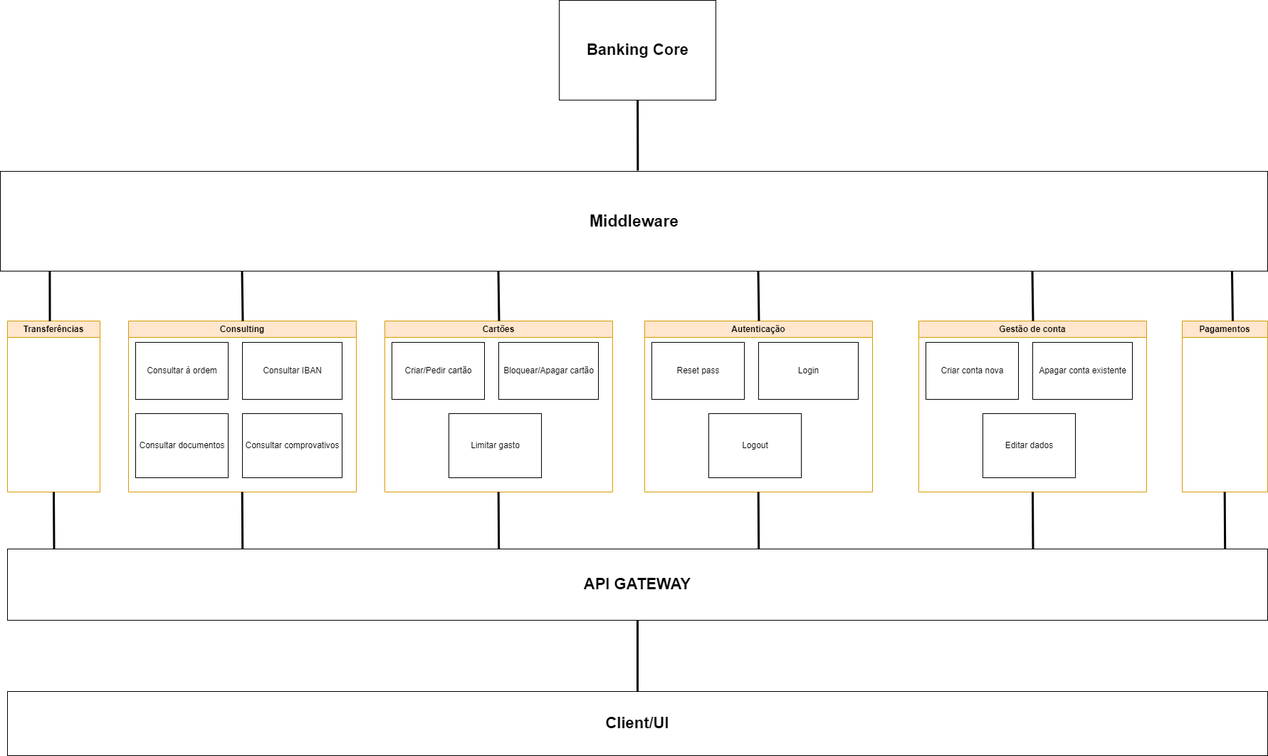
Earlier version of the draw.io export Images/services.png (ITSector-Estagiarios/DevOps). Source tidied: cells renumbered, new cells last; positions are measured from the earlier drawing's top-left corner, leaving out a move shared by most shapes. Source of this version:
```xml
<mxGraphModel background="#FFFFFF">
  <root>
    <mxCell id="0" />
    <mxCell id="1" parent="0" />
    <mxCell id="2" value="Consulting" style="swimlane;whiteSpace=wrap;html=1;fillColor=#ffe6cc;strokeColor=#d79b00;" parent="1" vertex="1">
      <mxGeometry x="180" y="450" width="320" height="240" as="geometry" />
    </mxCell>
    <mxCell id="3" value="Consultar à ordem" style="html=1;" parent="2" vertex="1">
      <mxGeometry x="10" y="30" width="130" height="80" as="geometry" />
    </mxCell>
    <mxCell id="4" value="Consultar IBAN" style="html=1;" parent="2" vertex="1">
      <mxGeometry x="160" y="30" width="140" height="80" as="geometry" />
    </mxCell>
    <mxCell id="5" value="Consultar comprovativos" style="html=1;" parent="2" vertex="1">
      <mxGeometry x="160" y="130" width="140" height="90" as="geometry" />
    </mxCell>
    <mxCell id="6" value="Consultar documentos" style="html=1;" parent="2" vertex="1">
      <mxGeometry x="10" y="130" width="130" height="90" as="geometry" />
    </mxCell>
    <mxCell id="7" value="&lt;b&gt;&lt;font style=&quot;font-size: 22px;&quot;&gt;Banking Core&lt;/font&gt;&lt;/b&gt;" style="html=1;" parent="1" vertex="1">
      <mxGeometry x="785" width="220" height="140" as="geometry" />
    </mxCell>
    <mxCell id="8" value="&lt;font style=&quot;font-size: 23px;&quot;&gt;&lt;b&gt;Middleware&lt;/b&gt;&lt;/font&gt;" style="html=1;" parent="1" vertex="1">
      <mxGeometry y="240" width="1780" height="140" as="geometry" />
    </mxCell>
    <mxCell id="9" value="Cartões" style="swimlane;whiteSpace=wrap;html=1;fillColor=#ffe6cc;strokeColor=#d79b00;" parent="1" vertex="1">
      <mxGeometry x="540" y="450" width="320" height="240" as="geometry" />
    </mxCell>
    <mxCell id="10" value="Criar/Pedir cartão" style="html=1;" parent="9" vertex="1">
      <mxGeometry x="10" y="30" width="130" height="80" as="geometry" />
    </mxCell>
    <mxCell id="11" value="Bloquear/Apagar cartão" style="html=1;" parent="9" vertex="1">
      <mxGeometry x="160" y="30" width="140" height="80" as="geometry" />
    </mxCell>
    <mxCell id="12" value="Limitar gasto" style="html=1;" parent="9" vertex="1">
      <mxGeometry x="90" y="130" width="130" height="90" as="geometry" />
    </mxCell>
    <mxCell id="13" value="Autenticação" style="swimlane;whiteSpace=wrap;html=1;fillColor=#ffe6cc;strokeColor=#d79b00;" parent="1" vertex="1">
      <mxGeometry x="905" y="450" width="320" height="240" as="geometry" />
    </mxCell>
    <mxCell id="14" value="Reset pass" style="html=1;" parent="13" vertex="1">
      <mxGeometry x="10" y="30" width="130" height="80" as="geometry" />
    </mxCell>
    <mxCell id="15" value="Login" style="html=1;" parent="13" vertex="1">
      <mxGeometry x="160" y="30" width="140" height="80" as="geometry" />
    </mxCell>
    <mxCell id="16" value="Logout" style="html=1;" parent="13" vertex="1">
      <mxGeometry x="90" y="130" width="130" height="90" as="geometry" />
    </mxCell>
    <mxCell id="17" value="Gestão de conta" style="swimlane;whiteSpace=wrap;html=1;fillColor=#ffe6cc;strokeColor=#d79b00;" parent="1" vertex="1">
      <mxGeometry x="1290" y="450" width="320" height="240" as="geometry" />
    </mxCell>
    <mxCell id="18" value="Criar conta nova" style="html=1;" parent="17" vertex="1">
      <mxGeometry x="10" y="30" width="130" height="80" as="geometry" />
    </mxCell>
    <mxCell id="19" value="Apagar conta existente" style="html=1;" parent="17" vertex="1">
      <mxGeometry x="160" y="30" width="140" height="80" as="geometry" />
    </mxCell>
    <mxCell id="20" value="Editar dados" style="html=1;" parent="17" vertex="1">
      <mxGeometry x="90" y="130" width="130" height="90" as="geometry" />
    </mxCell>
    <mxCell id="21" value="Transferências" style="swimlane;whiteSpace=wrap;html=1;fillColor=#ffe6cc;strokeColor=#d79b00;" parent="1" vertex="1">
      <mxGeometry x="10" y="450" width="130" height="240" as="geometry" />
    </mxCell>
    <mxCell id="22" value="Pagamentos" style="swimlane;whiteSpace=wrap;html=1;fillColor=#ffe6cc;strokeColor=#d79b00;" parent="1" vertex="1">
      <mxGeometry x="1660" y="450" width="120" height="240" as="geometry" />
    </mxCell>
    <mxCell id="23" value="&lt;font style=&quot;font-size: 22px;&quot;&gt;&lt;b&gt;API GATEWAY&lt;/b&gt;&lt;/font&gt;" style="rounded=0;whiteSpace=wrap;html=1;" parent="1" vertex="1">
      <mxGeometry x="10" y="770" width="1770" height="100" as="geometry" />
    </mxCell>
    <mxCell id="24" value="&lt;span style=&quot;font-size: 22px;&quot;&gt;&lt;b&gt;Client/UI&lt;/b&gt;&lt;/span&gt;" style="rounded=0;whiteSpace=wrap;html=1;" parent="1" vertex="1">
      <mxGeometry x="10" y="970" width="1770" height="90" as="geometry" />
    </mxCell>
    <mxCell id="25" style="endArrow=none;html=1;rounded=0;fontSize=22;exitX=0.5;exitY=0;exitDx=0;exitDy=0;strokeWidth=3;" parent="1" edge="1" source="24" target="23">
      <mxGeometry relative="1" as="geometry" />
    </mxCell>
    <mxCell id="26" style="endArrow=none;html=1;rounded=0;fontSize=22;exitX=0.503;exitY=-0.008;exitDx=0;exitDy=0;exitPerimeter=0;strokeWidth=3;" parent="1" edge="1" source="8" target="7">
      <mxGeometry relative="1" as="geometry" />
    </mxCell>
    <mxCell id="27" style="endArrow=none;html=1;rounded=0;fontSize=22;entryX=0.039;entryY=1.001;entryDx=0;entryDy=0;entryPerimeter=0;exitX=0.458;exitY=0.001;exitDx=0;exitDy=0;exitPerimeter=0;strokeWidth=3;" parent="1" edge="1" source="21" target="8">
      <mxGeometry relative="1" as="geometry" />
    </mxCell>
    <mxCell id="28" style="endArrow=none;html=1;rounded=0;fontSize=22;entryX=0.039;entryY=1.001;entryDx=0;entryDy=0;entryPerimeter=0;exitX=0.458;exitY=0.001;exitDx=0;exitDy=0;exitPerimeter=0;strokeWidth=3;" parent="1" edge="1">
      <mxGeometry relative="1" as="geometry">
        <mxPoint x="340.5" y="450" as="sourcePoint" />
        <mxPoint x="339.5" y="380" as="targetPoint" />
      </mxGeometry>
    </mxCell>
    <mxCell id="29" style="endArrow=none;html=1;rounded=0;fontSize=22;entryX=0.039;entryY=1.001;entryDx=0;entryDy=0;entryPerimeter=0;exitX=0.458;exitY=0.001;exitDx=0;exitDy=0;exitPerimeter=0;strokeWidth=3;" parent="1" edge="1">
      <mxGeometry relative="1" as="geometry">
        <mxPoint x="700.5" y="450" as="sourcePoint" />
        <mxPoint x="699.5" y="380" as="targetPoint" />
      </mxGeometry>
    </mxCell>
    <mxCell id="30" style="endArrow=none;html=1;rounded=0;fontSize=22;entryX=0.039;entryY=1.001;entryDx=0;entryDy=0;entryPerimeter=0;exitX=0.458;exitY=0.001;exitDx=0;exitDy=0;exitPerimeter=0;strokeWidth=3;" parent="1" edge="1">
      <mxGeometry relative="1" as="geometry">
        <mxPoint x="1065.5" y="450" as="sourcePoint" />
        <mxPoint x="1064.5" y="380" as="targetPoint" />
      </mxGeometry>
    </mxCell>
    <mxCell id="31" style="endArrow=none;html=1;rounded=0;fontSize=22;entryX=0.039;entryY=1.001;entryDx=0;entryDy=0;entryPerimeter=0;exitX=0.458;exitY=0.001;exitDx=0;exitDy=0;exitPerimeter=0;strokeWidth=3;" parent="1" edge="1">
      <mxGeometry relative="1" as="geometry">
        <mxPoint x="1450.5" y="450" as="sourcePoint" />
        <mxPoint x="1449.5" y="380" as="targetPoint" />
      </mxGeometry>
    </mxCell>
    <mxCell id="32" style="endArrow=none;html=1;rounded=0;fontSize=22;entryX=0.039;entryY=1.001;entryDx=0;entryDy=0;entryPerimeter=0;exitX=0.458;exitY=0.001;exitDx=0;exitDy=0;exitPerimeter=0;strokeWidth=3;" parent="1" edge="1">
      <mxGeometry relative="1" as="geometry">
        <mxPoint x="1731" y="450" as="sourcePoint" />
        <mxPoint x="1730" y="380" as="targetPoint" />
      </mxGeometry>
    </mxCell>
    <mxCell id="33" style="endArrow=none;html=1;rounded=0;fontSize=22;entryX=0.5;entryY=1;entryDx=0;entryDy=0;exitX=0.458;exitY=0.001;exitDx=0;exitDy=0;exitPerimeter=0;strokeWidth=3;" parent="1" edge="1" target="21">
      <mxGeometry relative="1" as="geometry">
        <mxPoint x="75.5" y="770" as="sourcePoint" />
      </mxGeometry>
    </mxCell>
    <mxCell id="34" style="endArrow=none;html=1;rounded=0;fontSize=22;entryX=0.5;entryY=1;entryDx=0;entryDy=0;exitX=0.458;exitY=0.001;exitDx=0;exitDy=0;exitPerimeter=0;strokeWidth=3;" parent="1" edge="1">
      <mxGeometry relative="1" as="geometry">
        <mxPoint x="340.2" y="770" as="sourcePoint" />
        <mxPoint x="339.7" y="690" as="targetPoint" />
      </mxGeometry>
    </mxCell>
    <mxCell id="35" style="endArrow=none;html=1;rounded=0;fontSize=22;entryX=0.5;entryY=1;entryDx=0;entryDy=0;exitX=0.458;exitY=0.001;exitDx=0;exitDy=0;exitPerimeter=0;strokeWidth=3;" parent="1" edge="1">
      <mxGeometry relative="1" as="geometry">
        <mxPoint x="700.2" y="770" as="sourcePoint" />
        <mxPoint x="699.7" y="690" as="targetPoint" />
      </mxGeometry>
    </mxCell>
    <mxCell id="36" style="endArrow=none;html=1;rounded=0;fontSize=22;entryX=0.5;entryY=1;entryDx=0;entryDy=0;exitX=0.458;exitY=0.001;exitDx=0;exitDy=0;exitPerimeter=0;strokeWidth=3;" parent="1" edge="1">
      <mxGeometry relative="1" as="geometry">
        <mxPoint x="1065.2" y="770" as="sourcePoint" />
        <mxPoint x="1064.7" y="690" as="targetPoint" />
      </mxGeometry>
    </mxCell>
    <mxCell id="37" style="endArrow=none;html=1;rounded=0;fontSize=22;entryX=0.5;entryY=1;entryDx=0;entryDy=0;exitX=0.458;exitY=0.001;exitDx=0;exitDy=0;exitPerimeter=0;strokeWidth=3;" parent="1" edge="1">
      <mxGeometry relative="1" as="geometry">
        <mxPoint x="1450.5" y="770" as="sourcePoint" />
        <mxPoint x="1450" y="690" as="targetPoint" />
      </mxGeometry>
    </mxCell>
    <mxCell id="38" style="endArrow=none;html=1;rounded=0;fontSize=22;entryX=0.5;entryY=1;entryDx=0;entryDy=0;exitX=0.458;exitY=0.001;exitDx=0;exitDy=0;exitPerimeter=0;strokeWidth=3;" parent="1" edge="1">
      <mxGeometry relative="1" as="geometry">
        <mxPoint x="1720.2" y="770" as="sourcePoint" />
        <mxPoint x="1719.7" y="690" as="targetPoint" />
      </mxGeometry>
    </mxCell>
  </root>
</mxGraphModel>
```
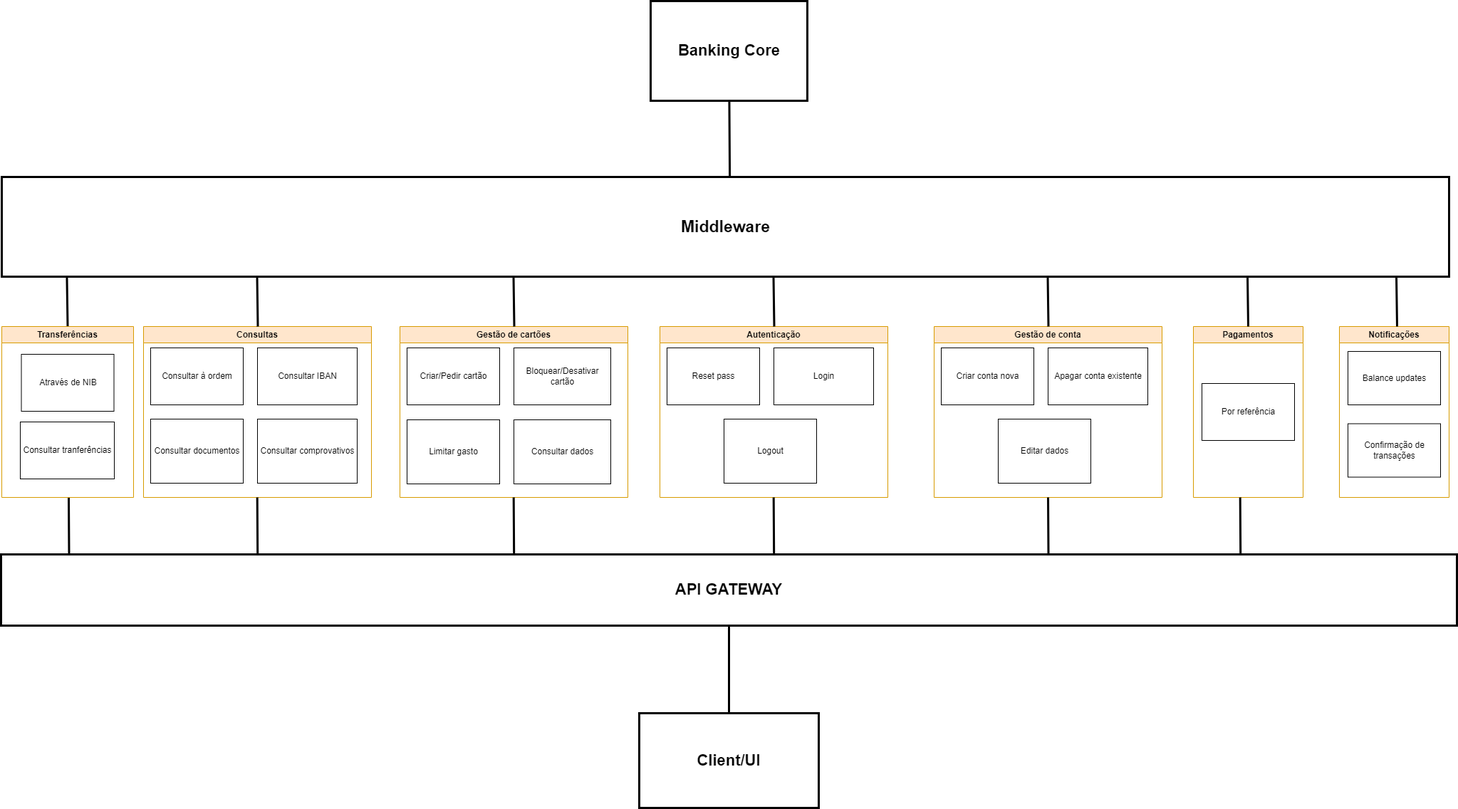
After the change.

Diff of the diagram source:
```diff
@@ -1,8 +1,8 @@
-<mxGraphModel background="#FFFFFF">
+<mxGraphModel>
   <root>
     <mxCell id="0" />
     <mxCell id="1" parent="0" />
-    <mxCell id="2" value="Consulting" style="swimlane;whiteSpace=wrap;html=1;fillColor=#ffe6cc;strokeColor=#d79b00;" parent="1" vertex="1">
+    <mxCell id="2" value="Consultas" style="swimlane;whiteSpace=wrap;html=1;fillColor=#ffe6cc;strokeColor=#d79b00;startSize=23;" parent="1" vertex="1">
       <mxGeometry x="180" y="450" width="320" height="240" as="geometry" />
     </mxCell>
     <mxCell id="3" value="Consultar à ordem" style="html=1;" parent="2" vertex="1">
@@ -17,24 +17,27 @@
     <mxCell id="6" value="Consultar documentos" style="html=1;" parent="2" vertex="1">
       <mxGeometry x="10" y="130" width="130" height="90" as="geometry" />
     </mxCell>
-    <mxCell id="7" value="&lt;b&gt;&lt;font style=&quot;font-size: 22px;&quot;&gt;Banking Core&lt;/font&gt;&lt;/b&gt;" style="html=1;" parent="1" vertex="1">
-      <mxGeometry x="785" width="220" height="140" as="geometry" />
+    <mxCell id="7" value="&lt;b&gt;&lt;font style=&quot;font-size: 22px;&quot;&gt;Banking Core&lt;/font&gt;&lt;/b&gt;" style="html=1;strokeWidth=3;" parent="1" vertex="1">
+      <mxGeometry x="892" y="-7" width="220" height="140" as="geometry" />
     </mxCell>
-    <mxCell id="8" value="&lt;font style=&quot;font-size: 23px;&quot;&gt;&lt;b&gt;Middleware&lt;/b&gt;&lt;/font&gt;" style="html=1;" parent="1" vertex="1">
-      <mxGeometry y="240" width="1780" height="140" as="geometry" />
+    <mxCell id="8" value="&lt;font style=&quot;font-size: 23px;&quot;&gt;&lt;b&gt;Middleware&lt;/b&gt;&lt;/font&gt;" style="html=1;strokeWidth=3;" parent="1" vertex="1">
+      <mxGeometry x="-19" y="240" width="2032" height="140" as="geometry" />
     </mxCell>
-    <mxCell id="9" value="Cartões" style="swimlane;whiteSpace=wrap;html=1;fillColor=#ffe6cc;strokeColor=#d79b00;" parent="1" vertex="1">
+    <mxCell id="9" value="Gestão de cartões" style="swimlane;whiteSpace=wrap;html=1;fillColor=#ffe6cc;strokeColor=#d79b00;" parent="1" vertex="1">
       <mxGeometry x="540" y="450" width="320" height="240" as="geometry" />
     </mxCell>
     <mxCell id="10" value="Criar/Pedir cartão" style="html=1;" parent="9" vertex="1">
       <mxGeometry x="10" y="30" width="130" height="80" as="geometry" />
     </mxCell>
-    <mxCell id="11" value="Bloquear/Apagar cartão" style="html=1;" parent="9" vertex="1">
-      <mxGeometry x="160" y="30" width="140" height="80" as="geometry" />
+    <mxCell id="11" value="Bloquear/Desativar &lt;br&gt;cartão" style="html=1;" parent="9" vertex="1">
+      <mxGeometry x="160" y="30" width="136" height="80" as="geometry" />
     </mxCell>
     <mxCell id="12" value="Limitar gasto" style="html=1;" parent="9" vertex="1">
-      <mxGeometry x="90" y="130" width="130" height="90" as="geometry" />
+      <mxGeometry x="10" y="131" width="130" height="90" as="geometry" />
     </mxCell>
+    <mxCell id="39" value="Consultar dados" style="html=1;" parent="9" vertex="1">
+      <mxGeometry x="160" y="131" width="136" height="90" as="geometry" />
+    </mxCell>
     <mxCell id="13" value="Autenticação" style="swimlane;whiteSpace=wrap;html=1;fillColor=#ffe6cc;strokeColor=#d79b00;" parent="1" vertex="1">
       <mxGeometry x="905" y="450" width="320" height="240" as="geometry" />
     </mxCell>
@@ -59,17 +62,17 @@
     <mxCell id="20" value="Editar dados" style="html=1;" parent="17" vertex="1">
       <mxGeometry x="90" y="130" width="130" height="90" as="geometry" />
     </mxCell>
-    <mxCell id="21" value="Transferências" style="swimlane;whiteSpace=wrap;html=1;fillColor=#ffe6cc;strokeColor=#d79b00;" parent="1" vertex="1">
-      <mxGeometry x="10" y="450" width="130" height="240" as="geometry" />
-    </mxCell>
     <mxCell id="22" value="Pagamentos" style="swimlane;whiteSpace=wrap;html=1;fillColor=#ffe6cc;strokeColor=#d79b00;" parent="1" vertex="1">
-      <mxGeometry x="1660" y="450" width="120" height="240" as="geometry" />
+      <mxGeometry x="1654" y="450" width="154" height="240" as="geometry" />
     </mxCell>
+    <mxCell id="40" value="Por referência" style="html=1;" parent="22" vertex="1">
+      <mxGeometry x="12" y="80" width="130" height="80" as="geometry" />
+    </mxCell>
-    <mxCell id="23" value="&lt;font style=&quot;font-size: 22px;&quot;&gt;&lt;b&gt;API GATEWAY&lt;/b&gt;&lt;/font&gt;" style="rounded=0;whiteSpace=wrap;html=1;" parent="1" vertex="1">
-      <mxGeometry x="10" y="770" width="1770" height="100" as="geometry" />
+    <mxCell id="23" value="&lt;font style=&quot;font-size: 22px;&quot;&gt;&lt;b&gt;API GATEWAY&lt;/b&gt;&lt;/font&gt;" style="rounded=0;whiteSpace=wrap;html=1;strokeWidth=3;" parent="1" vertex="1">
+      <mxGeometry x="-20" y="770" width="2044" height="100" as="geometry" />
     </mxCell>
-    <mxCell id="24" value="&lt;span style=&quot;font-size: 22px;&quot;&gt;&lt;b&gt;Client/UI&lt;/b&gt;&lt;/span&gt;" style="rounded=0;whiteSpace=wrap;html=1;" parent="1" vertex="1">
-      <mxGeometry x="10" y="970" width="1770" height="90" as="geometry" />
+    <mxCell id="24" value="&lt;span style=&quot;font-size: 22px;&quot;&gt;&lt;b&gt;Client/UI&lt;/b&gt;&lt;/span&gt;" style="rounded=0;whiteSpace=wrap;html=1;strokeWidth=3;" parent="1" vertex="1">
+      <mxGeometry x="876" y="993" width="252" height="133" as="geometry" />
     </mxCell>
     <mxCell id="25" style="endArrow=none;html=1;rounded=0;fontSize=22;exitX=0.5;exitY=0;exitDx=0;exitDy=0;strokeWidth=3;" parent="1" edge="1" source="24" target="23">
       <mxGeometry relative="1" as="geometry" />
@@ -77,7 +80,7 @@
     <mxCell id="26" style="endArrow=none;html=1;rounded=0;fontSize=22;exitX=0.503;exitY=-0.008;exitDx=0;exitDy=0;exitPerimeter=0;strokeWidth=3;" parent="1" edge="1" source="8" target="7">
       <mxGeometry relative="1" as="geometry" />
     </mxCell>
-    <mxCell id="27" style="endArrow=none;html=1;rounded=0;fontSize=22;entryX=0.039;entryY=1.001;entryDx=0;entryDy=0;entryPerimeter=0;exitX=0.458;exitY=0.001;exitDx=0;exitDy=0;exitPerimeter=0;strokeWidth=3;" parent="1" edge="1" source="21" target="8">
+    <mxCell id="27" style="endArrow=none;html=1;rounded=0;fontSize=22;exitX=0.5;exitY=0;exitDx=0;exitDy=0;strokeWidth=3;entryX=0.045;entryY=1;entryDx=0;entryDy=0;entryPerimeter=0;" parent="1" edge="1" source="21" target="8">
       <mxGeometry relative="1" as="geometry" />
     </mxCell>
     <mxCell id="28" style="endArrow=none;html=1;rounded=0;fontSize=22;entryX=0.039;entryY=1.001;entryDx=0;entryDy=0;entryPerimeter=0;exitX=0.458;exitY=0.001;exitDx=0;exitDy=0;exitPerimeter=0;strokeWidth=3;" parent="1" edge="1">
@@ -110,9 +113,10 @@
         <mxPoint x="1730" y="380" as="targetPoint" />
       </mxGeometry>
     </mxCell>
-    <mxCell id="33" style="endArrow=none;html=1;rounded=0;fontSize=22;entryX=0.5;entryY=1;entryDx=0;entryDy=0;exitX=0.458;exitY=0.001;exitDx=0;exitDy=0;exitPerimeter=0;strokeWidth=3;" parent="1" edge="1" target="21">
+    <mxCell id="33" style="endArrow=none;html=1;rounded=0;fontSize=22;entryX=0.5;entryY=1;entryDx=0;entryDy=0;exitX=0.458;exitY=0.001;exitDx=0;exitDy=0;exitPerimeter=0;strokeWidth=3;" parent="1" edge="1">
       <mxGeometry relative="1" as="geometry">
         <mxPoint x="75.5" y="770" as="sourcePoint" />
+        <mxPoint x="75" y="690" as="targetPoint" />
       </mxGeometry>
     </mxCell>
     <mxCell id="34" style="endArrow=none;html=1;rounded=0;fontSize=22;entryX=0.5;entryY=1;entryDx=0;entryDy=0;exitX=0.458;exitY=0.001;exitDx=0;exitDy=0;exitPerimeter=0;strokeWidth=3;" parent="1" edge="1">
@@ -145,5 +149,29 @@
         <mxPoint x="1719.7" y="690" as="targetPoint" />
       </mxGeometry>
     </mxCell>
+    <mxCell id="21" value="Transferências" style="swimlane;whiteSpace=wrap;html=1;fillColor=#ffe6cc;strokeColor=#d79b00;" parent="1" vertex="1">
+      <mxGeometry x="-19" y="450" width="185" height="240" as="geometry" />
+    </mxCell>
+    <mxCell id="41" value="Através de NIB" style="html=1;" parent="21" vertex="1">
+      <mxGeometry x="27.5" y="39" width="130" height="80" as="geometry" />
+    </mxCell>
+    <mxCell id="42" value="Consultar tranferências" style="html=1;" parent="21" vertex="1">
+      <mxGeometry x="26" y="134" width="132" height="80" as="geometry" />
+    </mxCell>
+    <mxCell id="43" value="Notificações" style="swimlane;whiteSpace=wrap;html=1;fillColor=#ffe6cc;strokeColor=#d79b00;" parent="1" vertex="1">
+      <mxGeometry x="1859" y="450" width="154" height="240" as="geometry" />
+    </mxCell>
+    <mxCell id="44" value="Balance updates" style="html=1;" parent="43" vertex="1">
+      <mxGeometry x="12" y="35" width="130" height="75" as="geometry" />
+    </mxCell>
+    <mxCell id="45" value="Confirmação de &lt;br&gt;transações" style="html=1;" parent="43" vertex="1">
+      <mxGeometry x="12" y="136.5" width="130" height="75" as="geometry" />
+    </mxCell>
+    <mxCell id="46" style="endArrow=none;html=1;rounded=0;fontSize=22;entryX=0.039;entryY=1.001;entryDx=0;entryDy=0;entryPerimeter=0;exitX=0.458;exitY=0.001;exitDx=0;exitDy=0;exitPerimeter=0;strokeWidth=3;" parent="1" edge="1">
+      <mxGeometry relative="1" as="geometry">
+        <mxPoint x="1940" y="450" as="sourcePoint" />
+        <mxPoint x="1939" y="380" as="targetPoint" />
+      </mxGeometry>
+    </mxCell>
   </root>
 </mxGraphModel>
```
